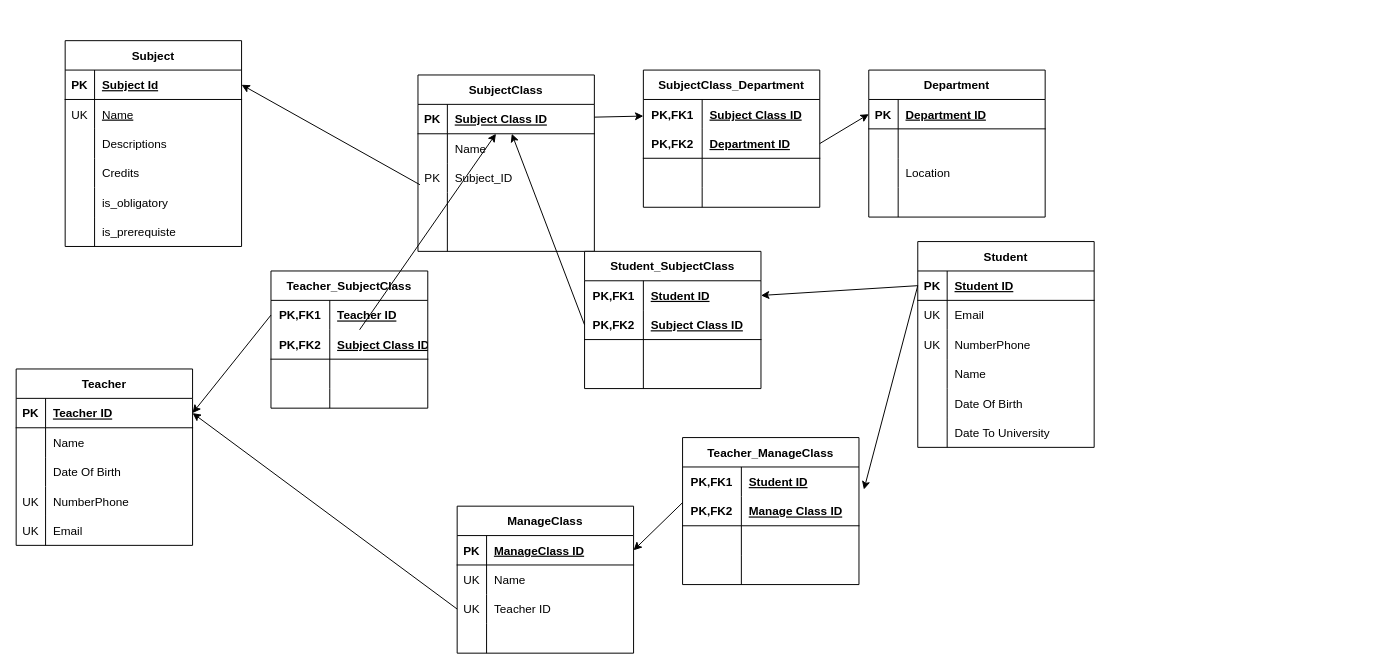
Earlier version of the draw.io diagram rewritesinhvien/tables.drawio (duyhelloworld/spring-boot-learning-all). Source tidied: cells renumbered, new cells numbered last; positions are measured from the earlier drawing's top-left corner, leaving out a move shared by most shapes. Both pictures are drawn from the tidied source at 98%, with x=0, y=0 at pixel (16, 40).
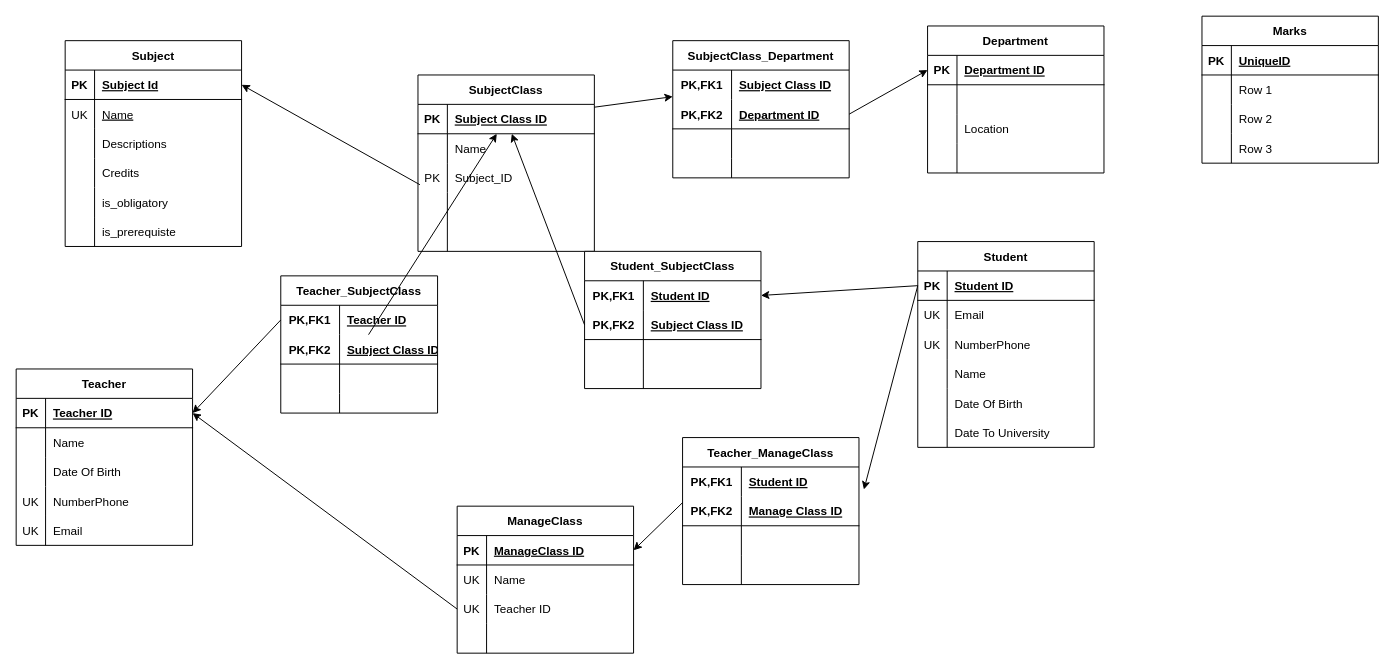
After the change.

Diff of the diagram source:
```diff
@@
     <mxCell id="73" value="Department" style="shape=table;startSize=30;childLayout=tableLayout;rowLines=0;fontStyle=1;align=center;" parent="1" vertex="1">
-      <mxGeometry x="870" y="30" width="180" height="150" as="geometry" />
+      <mxGeometry x="930" y="-15" width="180" height="150" as="geometry" />
     </mxCell>
@@
     <mxCell id="87" value="SubjectClass_Department" style="shape=table;startSize=30;childLayout=tableLayout;rowLines=0;fontStyle=1;align=center;" parent="1" vertex="1">
-      <mxGeometry x="640" y="30" width="180" height="140" as="geometry" />
+      <mxGeometry x="670" width="180" height="140" as="geometry" />
     </mxCell>
@@
     <mxCell id="130" value="Teacher_SubjectClass" style="shape=table;startSize=30;childLayout=tableLayout;rowLines=0;fontStyle=1;align=center;" parent="1" vertex="1">
-      <mxGeometry x="260" y="235" width="160" height="140" as="geometry" />
+      <mxGeometry x="270" y="240" width="160" height="140" as="geometry" />
     </mxCell>
@@
+    <mxCell id="160" value="Marks" style="shape=table;startSize=30;childLayout=tableLayout;rowLines=0;fontStyle=1;align=center;" parent="1" vertex="1">
+      <mxGeometry x="1210" y="-25" width="180" height="150" as="geometry" />
+    </mxCell>
+    <mxCell id="161" style="shape=tableRow;horizontal=0;startSize=0;swimlaneHead=0;swimlaneBody=0;fillColor=none;top=0;left=0;right=0;bottom=1;" parent="160" vertex="1">
+      <mxGeometry y="30" width="180" height="30" as="geometry" />
+    </mxCell>
+    <mxCell id="162" value="PK" style="shape=partialRectangle;fillColor=none;top=0;left=0;bottom=0;right=0;fontStyle=1;overflow=hidden;" parent="161" vertex="1">
+      <mxGeometry width="30" height="30" as="geometry" />
+    </mxCell>
+    <mxCell id="163" value="UniqueID" style="shape=partialRectangle;fillColor=none;top=0;left=0;bottom=0;right=0;align=left;spacingLeft=6;fontStyle=5;overflow=hidden;" parent="161" vertex="1">
+      <mxGeometry x="30" width="150" height="30" as="geometry" />
+    </mxCell>
+    <mxCell id="164" style="shape=tableRow;horizontal=0;startSize=0;swimlaneHead=0;swimlaneBody=0;fillColor=none;top=0;left=0;right=0;bottom=0;" parent="160" vertex="1">
+      <mxGeometry y="60" width="180" height="30" as="geometry" />
+    </mxCell>
+    <mxCell id="165" style="shape=partialRectangle;fillColor=none;top=0;left=0;bottom=0;right=0;overflow=hidden;" parent="164" vertex="1">
+      <mxGeometry width="30" height="30" as="geometry" />
+    </mxCell>
+    <mxCell id="166" value="Row 1" style="shape=partialRectangle;fillColor=none;top=0;left=0;bottom=0;right=0;align=left;spacingLeft=6;overflow=hidden;" parent="164" vertex="1">
+      <mxGeometry x="30" width="150" height="30" as="geometry" />
+    </mxCell>
+    <mxCell id="167" style="shape=tableRow;horizontal=0;startSize=0;swimlaneHead=0;swimlaneBody=0;fillColor=none;top=0;left=0;right=0;bottom=0;" parent="160" vertex="1">
+      <mxGeometry y="90" width="180" height="30" as="geometry" />
+    </mxCell>
+    <mxCell id="168" style="shape=partialRectangle;fillColor=none;top=0;left=0;bottom=0;right=0;overflow=hidden;" parent="167" vertex="1">
+      <mxGeometry width="30" height="30" as="geometry" />
+    </mxCell>
+    <mxCell id="169" value="Row 2" style="shape=partialRectangle;fillColor=none;top=0;left=0;bottom=0;right=0;align=left;spacingLeft=6;overflow=hidden;" parent="167" vertex="1">
+      <mxGeometry x="30" width="150" height="30" as="geometry" />
+    </mxCell>
+    <mxCell id="170" style="shape=tableRow;horizontal=0;startSize=0;swimlaneHead=0;swimlaneBody=0;fillColor=none;top=0;left=0;right=0;bottom=0;" parent="160" vertex="1">
+      <mxGeometry y="120" width="180" height="30" as="geometry" />
+    </mxCell>
+    <mxCell id="171" style="shape=partialRectangle;fillColor=none;top=0;left=0;bottom=0;right=0;overflow=hidden;" parent="170" vertex="1">
+      <mxGeometry width="30" height="30" as="geometry" />
+    </mxCell>
+    <mxCell id="172" value="Row 3" style="shape=partialRectangle;fillColor=none;top=0;left=0;bottom=0;right=0;align=left;spacingLeft=6;overflow=hidden;" parent="170" vertex="1">
+      <mxGeometry x="30" width="150" height="30" as="geometry" />
+    </mxCell>
```
